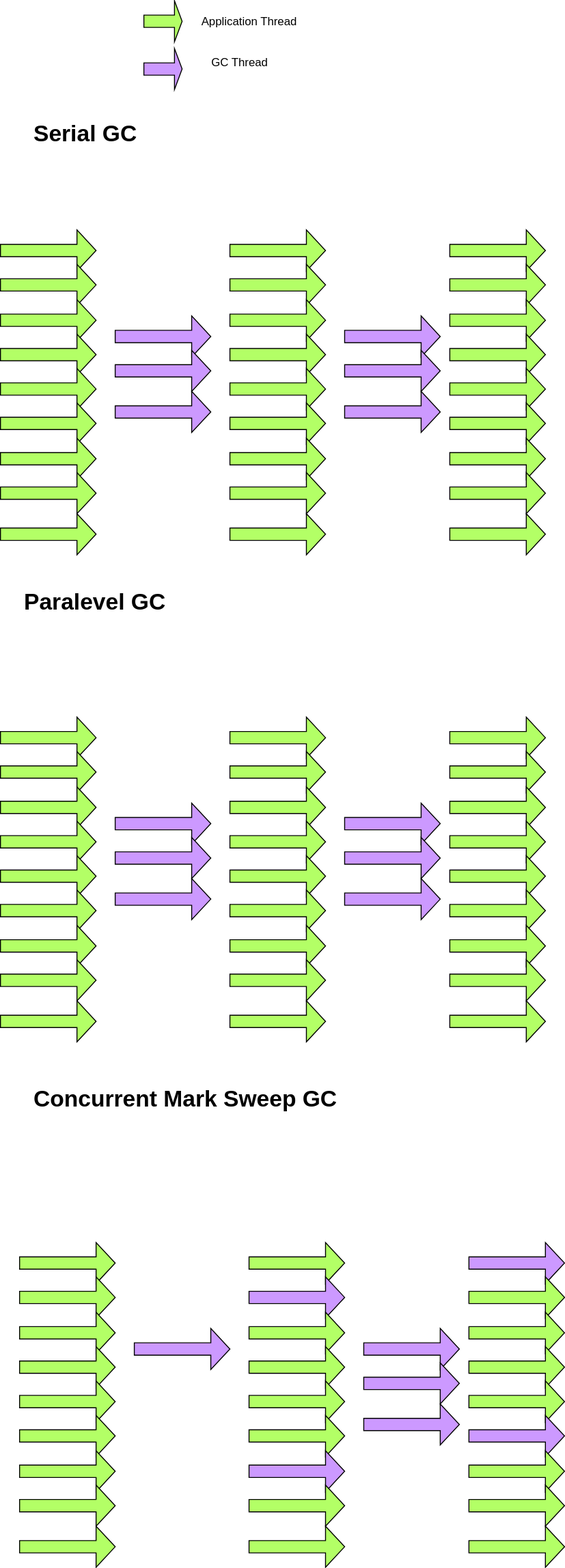
This is csFAQ/images/GC_collector.drawio.svg from fangzhzh/leetcode, a draw.io export, as it was before one commit. Source tidied: cells renumbered, new cells last; positions are measured from the earlier drawing's top-left corner, leaving out a move shared by most shapes.
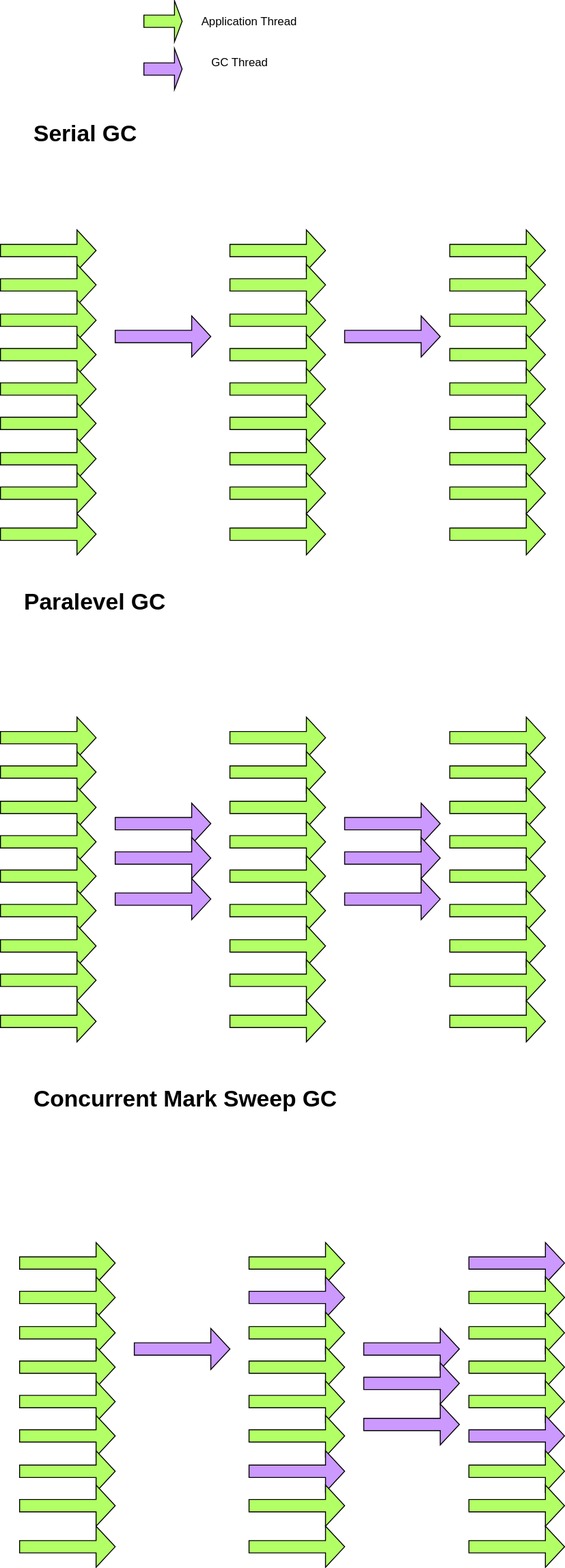
Later version of the same file.

Diff of the diagram source:
```diff
@@ -32,12 +32,6 @@
     <mxCell id="11" style="shape=singleArrow;whiteSpace=wrap;html=1;fillColor=#CC99FF;" parent="1" vertex="1">
       <mxGeometry x="120" y="330" width="100" height="43" as="geometry" />
     </mxCell>
-    <mxCell id="12" style="shape=singleArrow;whiteSpace=wrap;html=1;fillColor=#CC99FF;" parent="1" vertex="1">
-      <mxGeometry x="120" y="366" width="100" height="43" as="geometry" />
-    </mxCell>
-    <mxCell id="13" style="shape=singleArrow;whiteSpace=wrap;html=1;fillColor=#CC99FF;" parent="1" vertex="1">
-      <mxGeometry x="120" y="409" width="100" height="43" as="geometry" />
-    </mxCell>
     <mxCell id="14" style="shape=singleArrow;whiteSpace=wrap;html=1;fillColor=#B3FF66;" parent="1" vertex="1">
       <mxGeometry x="240" y="240" width="100" height="43" as="geometry" />
     </mxCell>
@@ -68,12 +62,6 @@
     <mxCell id="23" style="shape=singleArrow;whiteSpace=wrap;html=1;fillColor=#CC99FF;" parent="1" vertex="1">
       <mxGeometry x="360" y="330" width="100" height="43" as="geometry" />
     </mxCell>
-    <mxCell id="24" style="shape=singleArrow;whiteSpace=wrap;html=1;fillColor=#CC99FF;" parent="1" vertex="1">
-      <mxGeometry x="360" y="366" width="100" height="43" as="geometry" />
-    </mxCell>
-    <mxCell id="25" style="shape=singleArrow;whiteSpace=wrap;html=1;fillColor=#CC99FF;" parent="1" vertex="1">
-      <mxGeometry x="360" y="409" width="100" height="43" as="geometry" />
-    </mxCell>
     <mxCell id="26" style="shape=singleArrow;whiteSpace=wrap;html=1;fillColor=#B3FF66;" parent="1" vertex="1">
       <mxGeometry x="470" y="240" width="100" height="43" as="geometry" />
     </mxCell>
```
